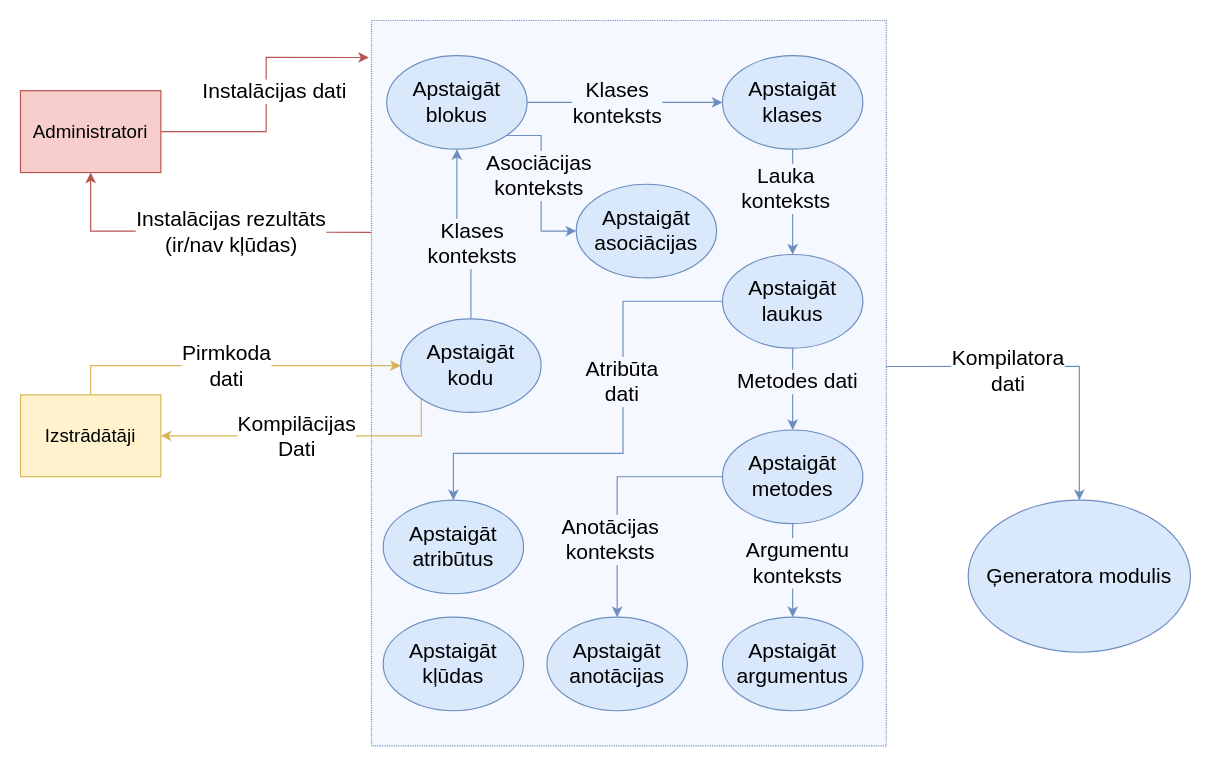
This is page "Kompilators" (4 of 9) of src/Kvalifikacijas darbs/Diagrammas/DPD.drawio from artiks12/webAppOS, a draw.io file, before an edit. Source tidied: cells renumbered, new cells numbered last; positions are measured from the earlier drawing's top-left corner, leaving out a move shared by most shapes. Both pictures are drawn from the tidied source at 117%, with x=0, y=0 at pixel (20, 20).
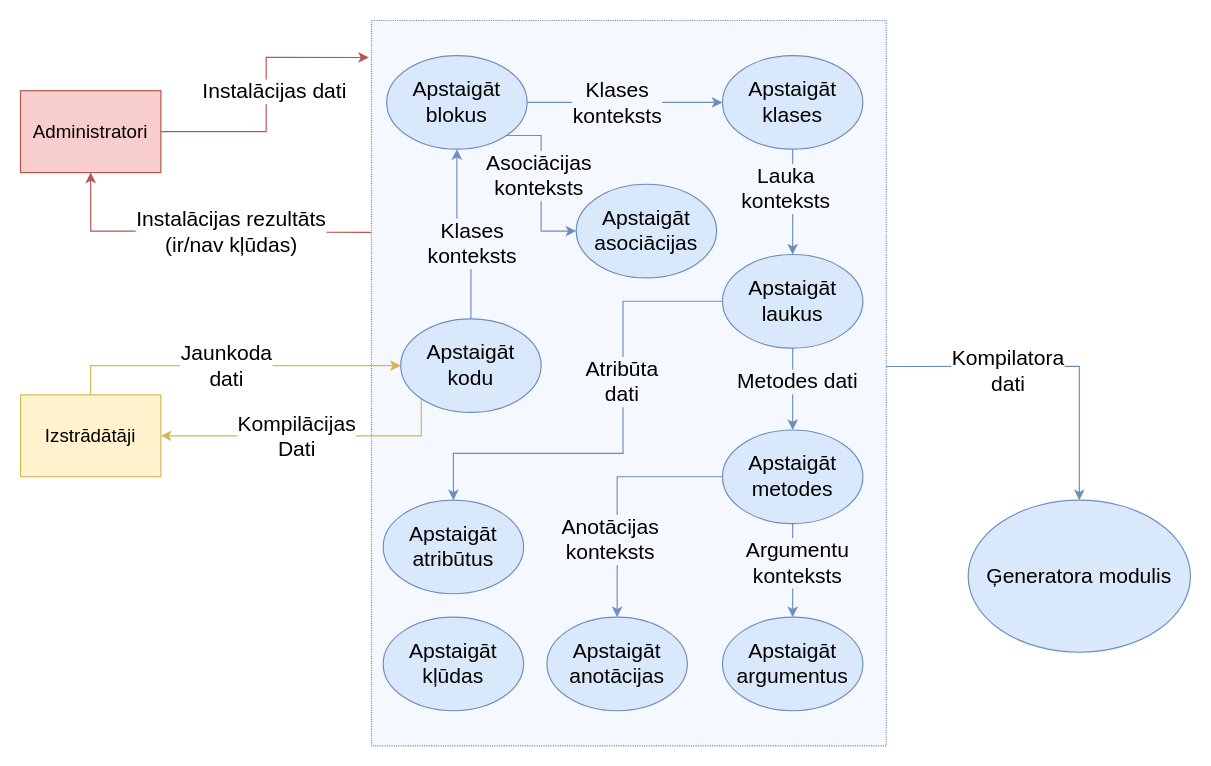
After the change.

Unchanged cells that the change refers to:
```xml
<mxCell id="17" style="edgeStyle=orthogonalEdgeStyle;rounded=0;jettySize=auto;html=1;fillColor=#fff2cc;strokeColor=#d6b656;entryX=0;entryY=0.5;entryDx=0;entryDy=0;exitX=0.5;exitY=0;exitDx=0;exitDy=0;" parent="1" edge="1" source="19" target="40">
  <mxGeometry relative="1" as="geometry">
    <Array as="points">
      <mxPoint x="60" y="295" />
    </Array>
  </mxGeometry>
</mxCell>
```

Diff of the diagram source:
```diff
@@
-    <mxCell id="18" value="&lt;font style=&quot;font-size: 18px&quot;&gt;Pirmkoda &lt;br&gt;dati&lt;/font&gt;" style="edgeLabel;html=1;align=center;verticalAlign=middle;" parent="17" vertex="1">
+    <mxCell id="18" value="&lt;font style=&quot;font-size: 18px&quot;&gt;Jaunkoda &lt;br&gt;dati&lt;/font&gt;" style="edgeLabel;html=1;align=center;verticalAlign=middle;" parent="17" vertex="1">
       <mxGeometry x="-0.25" y="2" relative="1" as="geometry">
         <mxPoint x="31" y="2" as="offset" />
       </mxGeometry>
     </mxCell>
```
